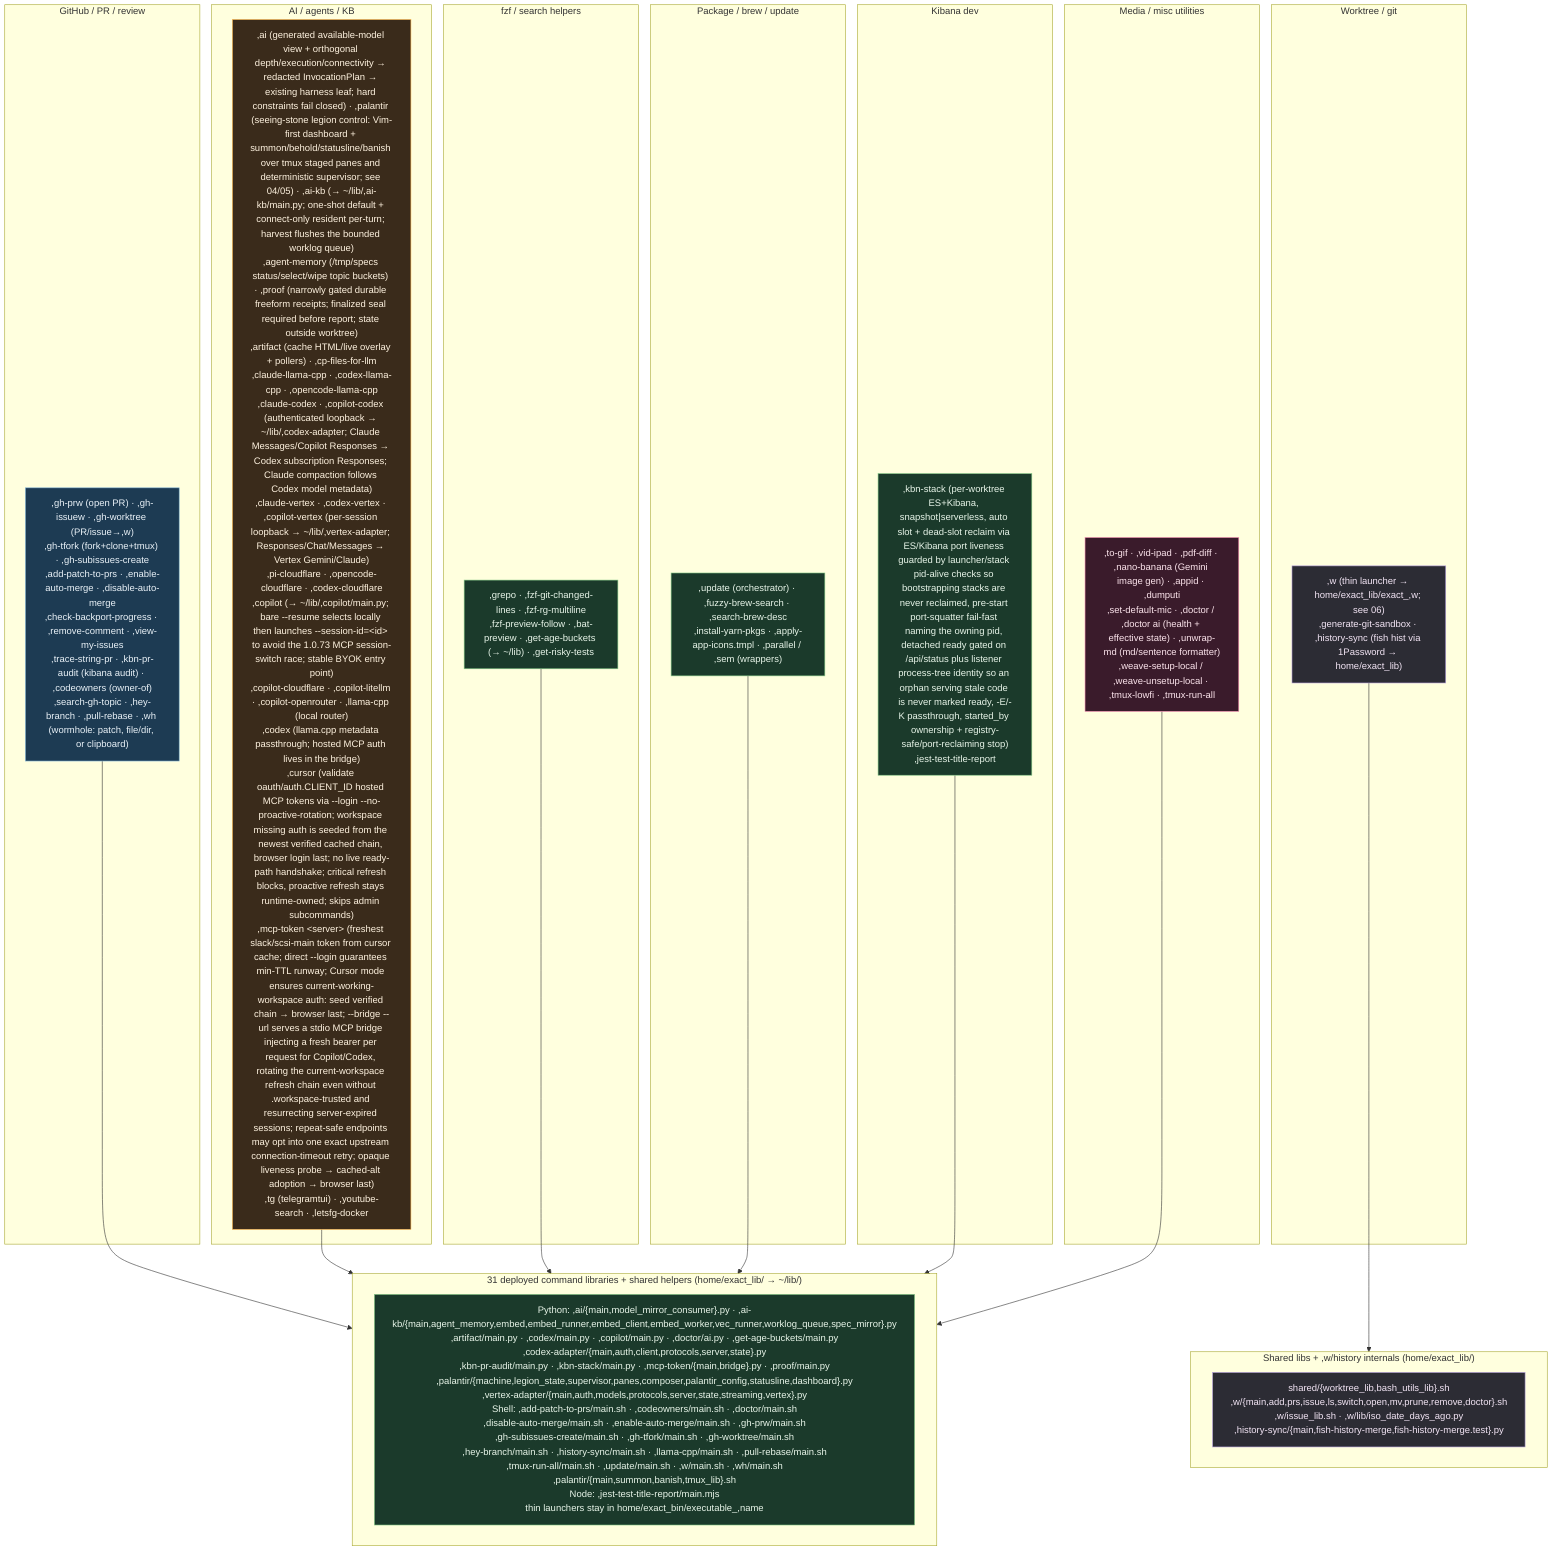
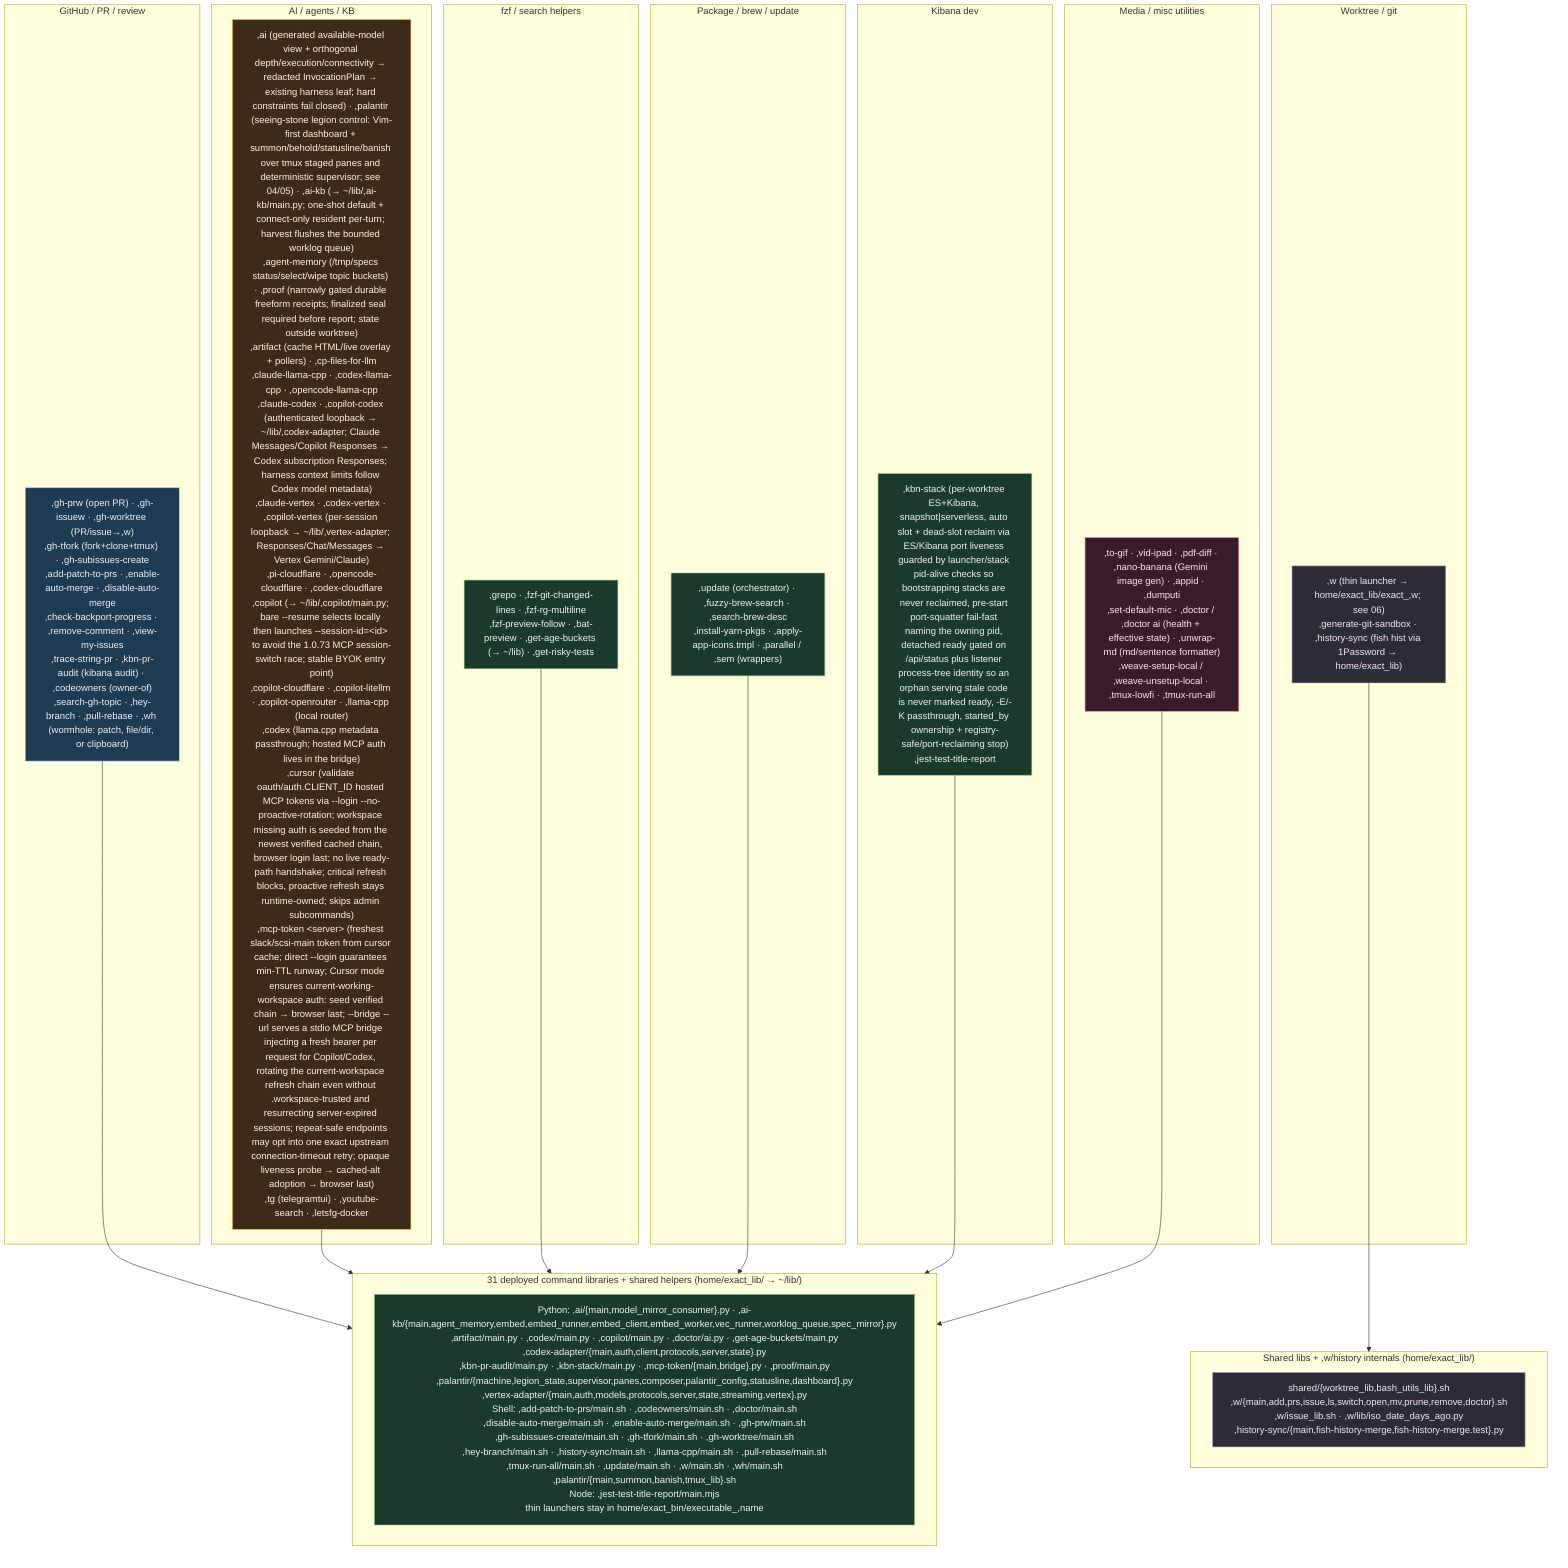
%% ============================================================================
%% 07c-bin-commands.mmd — Every thin command in home/exact_bin/ (79 thin commands)
%% plus deployed internals in home/exact_lib/ (81 command/shared library files).
%% executable_,* → ~/bin/,* (comma-prefixed user commands); home/exact_lib/exact_,name/
%% → ~/lib/,name/. verify-bin-surface keeps each command covered by fish
%% completions, docs, catalog, and non-orphaned command libraries.
%% ============================================================================
flowchart TB
    classDef gh fill:#1d3b53,stroke:#7fb3d5,color:#eaf2f8;
    classDef wt fill:#2c2c34,stroke:#b39ddb,color:#f3e5f5;
    classDef ai fill:#3a2b1b,stroke:#ffb74d,color:#fff3e0;
    classDef media fill:#3a1b2b,stroke:#f48fb1,color:#fce4ec;
    classDef sys fill:#1b3a2b,stroke:#81c784,color:#e8f5e9;

    subgraph GHC["GitHub / PR / review"]
        G[",gh-prw (open PR) · ,gh-issuew · ,gh-worktree (PR/issue→,w)<br/>,gh-tfork (fork+clone+tmux) · ,gh-subissues-create<br/>,add-patch-to-prs · ,enable-auto-merge · ,disable-auto-merge<br/>,check-backport-progress · ,remove-comment · ,view-my-issues<br/>,trace-string-pr · ,kbn-pr-audit (kibana audit) · ,codeowners (owner-of)<br/>,search-gh-topic · ,hey-branch · ,pull-rebase · ,wh (wormhole: patch, file/dir, or clipboard)"]:::gh
    end

    subgraph WTC["Worktree / git"]
        W[",w (thin launcher → home/exact_lib/exact_,w; see 06)<br/>,generate-git-sandbox · ,history-sync (fish hist via 1Password → home/exact_lib)"]:::wt
    end

    subgraph AIC["AI / agents / KB"]
-         A[",ai (generated available-model view + orthogonal depth/execution/connectivity → redacted InvocationPlan → existing harness leaf; hard constraints fail closed) · ,palantir (seeing-stone legion control: Vim-first dashboard + summon/behold/statusline/banish over tmux staged panes and deterministic supervisor; see 04/05) · ,ai-kb (→ ~/lib/,ai-kb/main.py; one-shot default + connect-only resident per-turn; harvest flushes the bounded worklog queue)<br/>,agent-memory (/tmp/specs status/select/wipe topic buckets) · ,proof (narrowly gated durable freeform receipts; finalized seal required before report; state outside worktree)<br/>,artifact (cache HTML/live overlay + pollers) · ,cp-files-for-llm<br/>,claude-llama-cpp · ,codex-llama-cpp · ,opencode-llama-cpp<br/>,claude-codex · ,copilot-codex (authenticated loopback → ~/lib/,codex-adapter; Claude Messages/Copilot Responses → Codex subscription Responses; Claude compaction follows Codex model metadata)<br/>,claude-vertex · ,codex-vertex · ,copilot-vertex (per-session loopback → ~/lib/,vertex-adapter; Responses/Chat/Messages → Vertex Gemini/Claude)<br/>,pi-cloudflare · ,opencode-cloudflare · ,codex-cloudflare<br/>,copilot (→ ~/lib/,copilot/main.py; bare --resume selects locally then launches --session-id=&lt;id&gt; to avoid the 1.0.73 MCP session-switch race; stable BYOK entry point)<br/>,copilot-cloudflare · ,copilot-litellm · ,copilot-openrouter · ,llama-cpp (local router)<br/>,codex (llama.cpp metadata passthrough; hosted MCP auth lives in the bridge)<br/>,cursor (validate oauth/auth.CLIENT_ID hosted MCP tokens via --login --no-proactive-rotation; workspace missing auth is seeded from the newest verified cached chain, browser login last; no live ready-path handshake; critical refresh blocks, proactive refresh stays runtime-owned; skips admin subcommands)<br/>,mcp-token &lt;server&gt; (freshest slack/scsi-main token from cursor cache; direct --login guarantees min-TTL runway; Cursor mode ensures current-working-workspace auth: seed verified chain → browser last; --bridge --url serves a stdio MCP bridge injecting a fresh bearer per request for Copilot/Codex, rotating the current-workspace refresh chain even without .workspace-trusted and resurrecting server-expired sessions; repeat-safe endpoints may opt into one exact upstream connection-timeout retry; opaque liveness probe → cached-alt adoption → browser last)<br/>,tg (telegramtui) · ,youtube-search · ,letsfg-docker"]:::ai
+         A[",ai (generated available-model view + orthogonal depth/execution/connectivity → redacted InvocationPlan → existing harness leaf; hard constraints fail closed) · ,palantir (seeing-stone legion control: Vim-first dashboard + summon/behold/statusline/banish over tmux staged panes and deterministic supervisor; see 04/05) · ,ai-kb (→ ~/lib/,ai-kb/main.py; one-shot default + connect-only resident per-turn; harvest flushes the bounded worklog queue)<br/>,agent-memory (/tmp/specs status/select/wipe topic buckets) · ,proof (narrowly gated durable freeform receipts; finalized seal required before report; state outside worktree)<br/>,artifact (cache HTML/live overlay + pollers) · ,cp-files-for-llm<br/>,claude-llama-cpp · ,codex-llama-cpp · ,opencode-llama-cpp<br/>,claude-codex · ,copilot-codex (authenticated loopback → ~/lib/,codex-adapter; Claude Messages/Copilot Responses → Codex subscription Responses; harness context limits follow Codex model metadata)<br/>,claude-vertex · ,codex-vertex · ,copilot-vertex (per-session loopback → ~/lib/,vertex-adapter; Responses/Chat/Messages → Vertex Gemini/Claude)<br/>,pi-cloudflare · ,opencode-cloudflare · ,codex-cloudflare<br/>,copilot (→ ~/lib/,copilot/main.py; bare --resume selects locally then launches --session-id=&lt;id&gt; to avoid the 1.0.73 MCP session-switch race; stable BYOK entry point)<br/>,copilot-cloudflare · ,copilot-litellm · ,copilot-openrouter · ,llama-cpp (local router)<br/>,codex (llama.cpp metadata passthrough; hosted MCP auth lives in the bridge)<br/>,cursor (validate oauth/auth.CLIENT_ID hosted MCP tokens via --login --no-proactive-rotation; workspace missing auth is seeded from the newest verified cached chain, browser login last; no live ready-path handshake; critical refresh blocks, proactive refresh stays runtime-owned; skips admin subcommands)<br/>,mcp-token &lt;server&gt; (freshest slack/scsi-main token from cursor cache; direct --login guarantees min-TTL runway; Cursor mode ensures current-working-workspace auth: seed verified chain → browser last; --bridge --url serves a stdio MCP bridge injecting a fresh bearer per request for Copilot/Codex, rotating the current-workspace refresh chain even without .workspace-trusted and resurrecting server-expired sessions; repeat-safe endpoints may opt into one exact upstream connection-timeout retry; opaque liveness probe → cached-alt adoption → browser last)<br/>,tg (telegramtui) · ,youtube-search · ,letsfg-docker"]:::ai
    end

    subgraph FZFC["fzf / search helpers"]
        F[",grepo · ,fzf-git-changed-lines · ,fzf-rg-multiline<br/>,fzf-preview-follow · ,bat-preview · ,get-age-buckets (→ ~/lib) · ,get-risky-tests"]:::sys
    end

    subgraph PKGC["Package / brew / update"]
        P[",update (orchestrator) · ,fuzzy-brew-search · ,search-brew-desc<br/>,install-yarn-pkgs · ,apply-app-icons.tmpl · ,parallel / ,sem (wrappers)"]:::sys
    end

    subgraph KBNC["Kibana dev"]
        K[",kbn-stack (per-worktree ES+Kibana, snapshot|serverless, auto slot + dead-slot reclaim via ES/Kibana port liveness guarded by launcher/stack pid-alive checks so bootstrapping stacks are never reclaimed, pre-start port-squatter fail-fast naming the owning pid, detached ready gated on /api/status plus listener process-tree identity so an orphan serving stale code is never marked ready, -E/-K passthrough, started_by ownership + registry-safe/port-reclaiming stop)<br/>,jest-test-title-report"]:::sys
    end

    subgraph MEDIA["Media / misc utilities"]
        M[",to-gif · ,vid-ipad · ,pdf-diff · ,nano-banana (Gemini image gen) · ,appid · ,dumputi<br/>,set-default-mic · ,doctor / ,doctor ai (health + effective state) · ,unwrap-md (md/sentence formatter)<br/>,weave-setup-local / ,weave-unsetup-local · ,tmux-lowfi · ,tmux-run-all"]:::media
    end

    subgraph LIBS["Shared libs + ,w/history internals (home/exact_lib/)"]
        L["shared/{worktree_lib,bash_utils_lib}.sh<br/>,w/{main,add,prs,issue,ls,switch,open,mv,prune,remove,doctor}.sh<br/>,w/issue_lib.sh · ,w/lib/iso_date_days_ago.py<br/>,history-sync/{main,fish-history-merge,fish-history-merge.test}.py"]:::wt
    end
    W --> LIBS

    subgraph CMDLIBS["31 deployed command libraries + shared helpers (home/exact_lib/ → ~/lib/)"]
        CL["Python: ,ai/{main,model_mirror_consumer}.py · ,ai-kb/{main,agent_memory,embed,embed_runner,embed_client,embed_worker,vec_runner,worklog_queue,spec_mirror}.py<br/>,artifact/main.py · ,codex/main.py · ,copilot/main.py · ,doctor/ai.py · ,get-age-buckets/main.py<br/>,codex-adapter/{main,auth,client,protocols,server,state}.py<br/>,kbn-pr-audit/main.py · ,kbn-stack/main.py · ,mcp-token/{main,bridge}.py · ,proof/main.py<br/>,palantir/{machine,legion_state,supervisor,panes,composer,palantir_config,statusline,dashboard}.py<br/>,vertex-adapter/{main,auth,models,protocols,server,state,streaming,vertex}.py<br/>Shell: ,add-patch-to-prs/main.sh · ,codeowners/main.sh · ,doctor/main.sh<br/>,disable-auto-merge/main.sh · ,enable-auto-merge/main.sh · ,gh-prw/main.sh<br/>,gh-subissues-create/main.sh · ,gh-tfork/main.sh · ,gh-worktree/main.sh<br/>,hey-branch/main.sh · ,history-sync/main.sh · ,llama-cpp/main.sh · ,pull-rebase/main.sh<br/>,tmux-run-all/main.sh · ,update/main.sh · ,w/main.sh · ,wh/main.sh<br/>,palantir/{main,summon,banish,tmux_lib}.sh<br/>Node: ,jest-test-title-report/main.mjs<br/>thin launchers stay in home/exact_bin/executable_,name"]:::sys
    end
    G --> CMDLIBS
    A --> CMDLIBS
    F --> CMDLIBS
    P --> CMDLIBS
    K --> CMDLIBS
    M --> CMDLIBS
